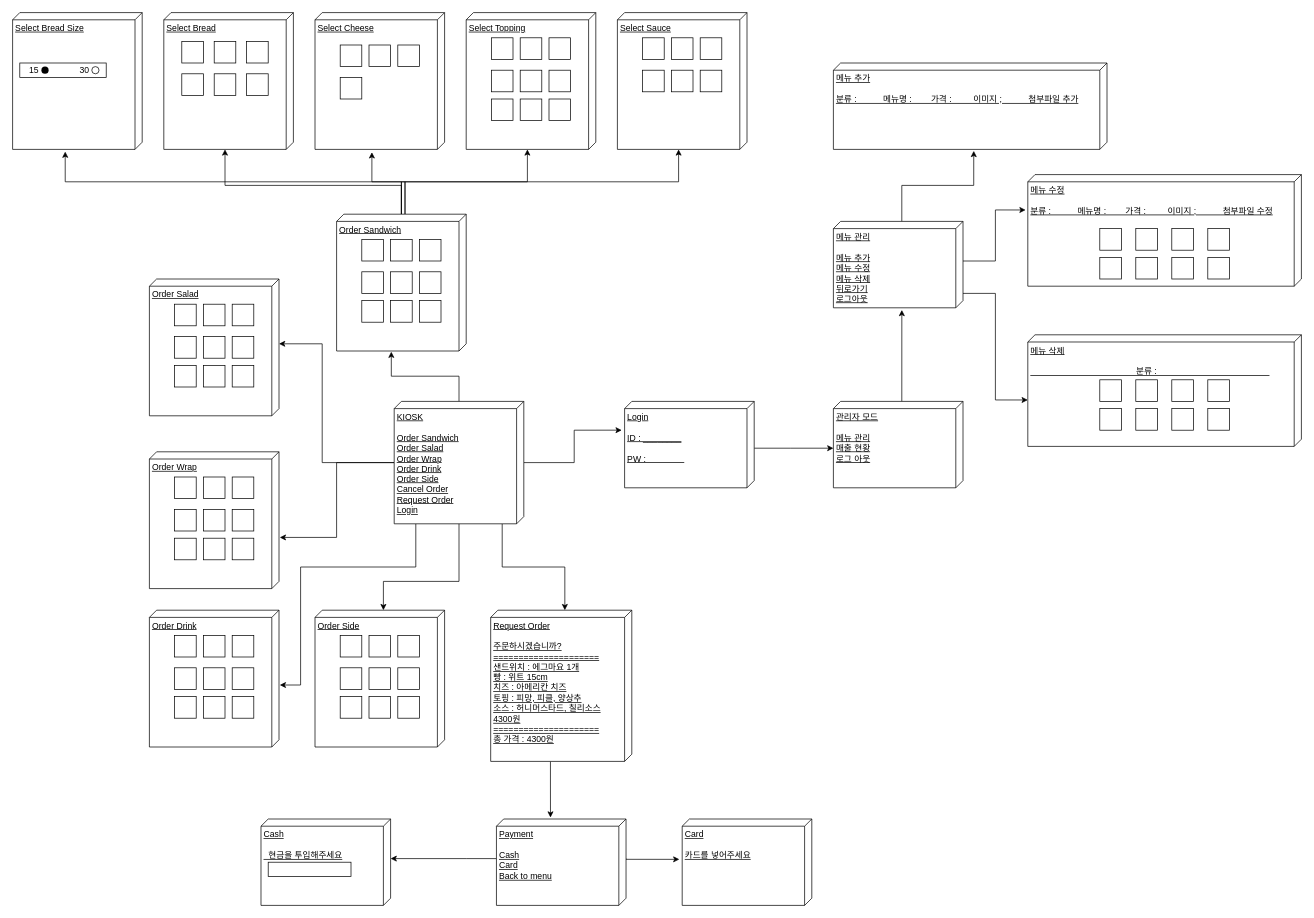
Earlier version of the draw.io diagram Design/gui.drawio (distroytest/KNUSD-20202-Team05). Source tidied: cells renumbered, new cells numbered last; positions are measured from the earlier drawing's top-left corner, leaving out a move shared by most shapes. Both pictures are drawn from the tidied source at 72%, with x=0, y=0 at pixel (12, 12).
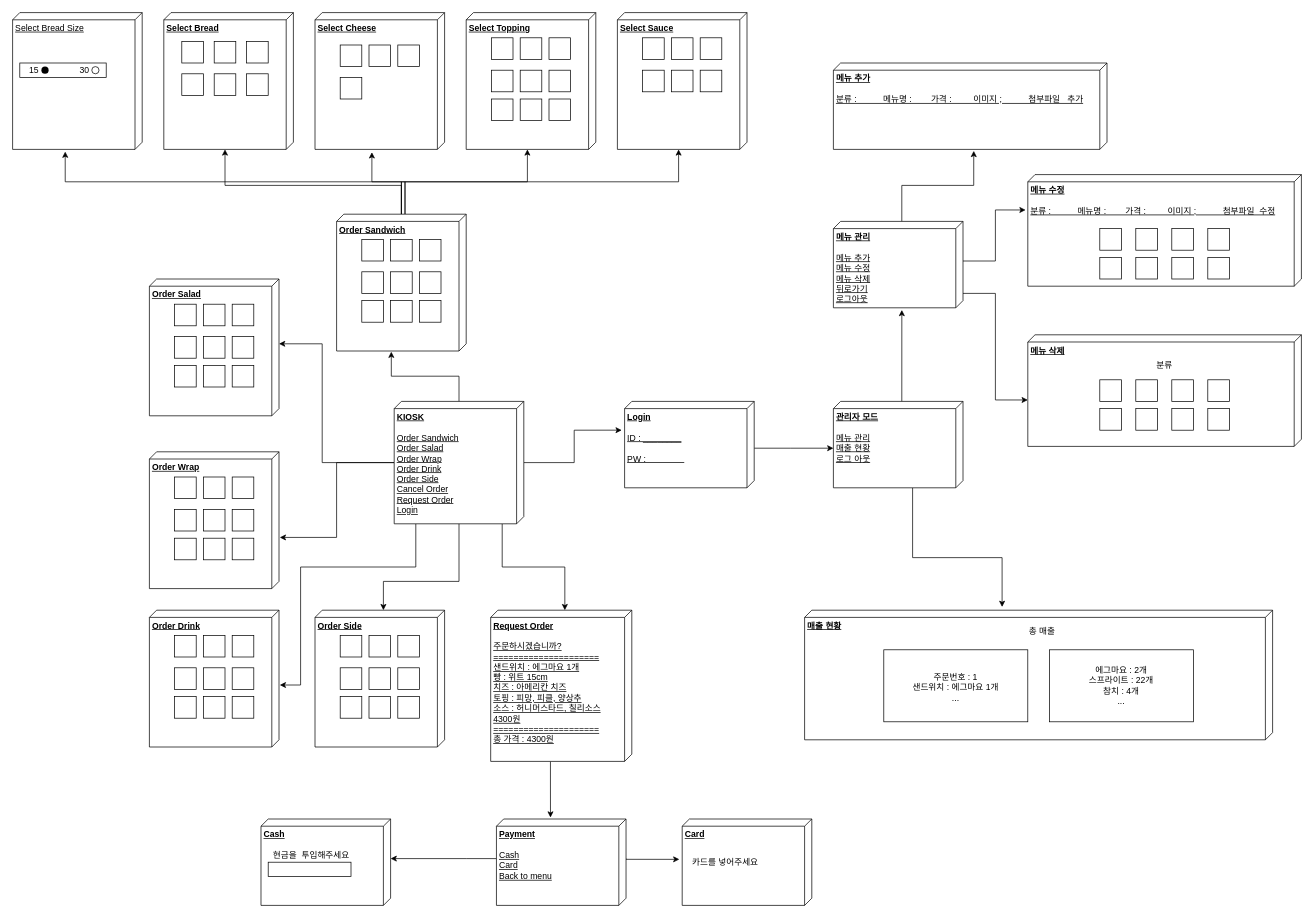
The same diagram, later.

The edit, as a diff of the source:
```diff
@@
-    <mxCell id="9" value="KIOSK&lt;br&gt;&lt;br&gt;Order Sandwich&lt;br&gt;Order Salad&lt;br&gt;Order Wrap&lt;br&gt;Order Drink&lt;br&gt;Order Side&lt;br&gt;Cancel Order&lt;br&gt;Request Order&lt;br&gt;Login" style="verticalAlign=top;align=left;spacingTop=8;spacingLeft=2;spacingRight=12;shape=cube;size=10;direction=south;fontStyle=4;html=1;" parent="1" vertex="1">
+    <mxCell id="9" value="&lt;b&gt;KIOSK&lt;br&gt;&lt;/b&gt;&lt;br&gt;Order Sandwich&lt;br&gt;Order Salad&lt;br&gt;Order Wrap&lt;br&gt;Order Drink&lt;br&gt;Order Side&lt;br&gt;Cancel Order&lt;br&gt;Request Order&lt;br&gt;Login" style="verticalAlign=top;align=left;spacingTop=8;spacingLeft=2;spacingRight=12;shape=cube;size=10;direction=south;fontStyle=4;html=1;" parent="1" vertex="1">
       <mxGeometry x="530" y="540" width="180" height="170" as="geometry" />
     </mxCell>
@@
-    <mxCell id="11" value="Login&lt;br&gt;&lt;br&gt;ID : ________&lt;br&gt;&lt;br&gt;PW :&amp;nbsp; &amp;nbsp; &amp;nbsp; &amp;nbsp; &amp;nbsp; &amp;nbsp; &amp;nbsp; &amp;nbsp;&amp;nbsp;" style="verticalAlign=top;align=left;spacingTop=8;spacingLeft=2;spacingRight=12;shape=cube;size=10;direction=south;fontStyle=4;html=1;" parent="1" vertex="1">
+    <mxCell id="11" value="&lt;b&gt;Login&lt;br&gt;&lt;/b&gt;&lt;br&gt;ID : ________&lt;br&gt;&lt;br&gt;PW :&amp;nbsp; &amp;nbsp; &amp;nbsp; &amp;nbsp; &amp;nbsp; &amp;nbsp; &amp;nbsp; &amp;nbsp;&amp;nbsp;" style="verticalAlign=top;align=left;spacingTop=8;spacingLeft=2;spacingRight=12;shape=cube;size=10;direction=south;fontStyle=4;html=1;" parent="1" vertex="1">
       <mxGeometry x="850" y="540" width="180" height="120" as="geometry" />
     </mxCell>
-    <mxCell id="12" value="Order Wrap" style="verticalAlign=top;align=left;spacingTop=8;spacingLeft=2;spacingRight=12;shape=cube;size=10;direction=south;fontStyle=4;html=1;" parent="1" vertex="1">
+    <mxCell id="12" value="&lt;b&gt;Order Wrap&lt;/b&gt;" style="verticalAlign=top;align=left;spacingTop=8;spacingLeft=2;spacingRight=12;shape=cube;size=10;direction=south;fontStyle=4;html=1;" parent="1" vertex="1">
       <mxGeometry x="190" y="610" width="180" height="190" as="geometry" />
     </mxCell>
@@
-    <mxCell id="22" value="Order Drink&lt;br&gt;" style="verticalAlign=top;align=left;spacingTop=8;spacingLeft=2;spacingRight=12;shape=cube;size=10;direction=south;fontStyle=4;html=1;" parent="1" vertex="1">
+    <mxCell id="22" value="&lt;b&gt;Order Drink&lt;/b&gt;" style="verticalAlign=top;align=left;spacingTop=8;spacingLeft=2;spacingRight=12;shape=cube;size=10;direction=south;fontStyle=4;html=1;" parent="1" vertex="1">
       <mxGeometry x="190" y="830" width="180" height="190" as="geometry" />
     </mxCell>
@@
-    <mxCell id="32" value="Order Side&lt;br&gt;" style="verticalAlign=top;align=left;spacingTop=8;spacingLeft=2;spacingRight=12;shape=cube;size=10;direction=south;fontStyle=4;html=1;" parent="1" vertex="1">
+    <mxCell id="32" value="&lt;b&gt;Order Side&lt;/b&gt;" style="verticalAlign=top;align=left;spacingTop=8;spacingLeft=2;spacingRight=12;shape=cube;size=10;direction=south;fontStyle=4;html=1;" parent="1" vertex="1">
       <mxGeometry x="420" y="830" width="180" height="190" as="geometry" />
     </mxCell>
@@
-    <mxCell id="42" value="Order Salad&lt;br&gt;" style="verticalAlign=top;align=left;spacingTop=8;spacingLeft=2;spacingRight=12;shape=cube;size=10;direction=south;fontStyle=4;html=1;" parent="1" vertex="1">
+    <mxCell id="42" value="&lt;b&gt;Order Salad&lt;/b&gt;" style="verticalAlign=top;align=left;spacingTop=8;spacingLeft=2;spacingRight=12;shape=cube;size=10;direction=south;fontStyle=4;html=1;" parent="1" vertex="1">
       <mxGeometry x="190" y="370" width="180" height="190" as="geometry" />
     </mxCell>
@@
-    <mxCell id="57" value="Order Sandwich&lt;br&gt;&lt;br&gt;" style="verticalAlign=top;align=left;spacingTop=8;spacingLeft=2;spacingRight=12;shape=cube;size=10;direction=south;fontStyle=4;html=1;" parent="1" vertex="1">
+    <mxCell id="57" value="&lt;b&gt;Order Sandwich&lt;br&gt;&lt;/b&gt;" style="verticalAlign=top;align=left;spacingTop=8;spacingLeft=2;spacingRight=12;shape=cube;size=10;direction=south;fontStyle=4;html=1;" parent="1" vertex="1">
       <mxGeometry x="450" y="280" width="180" height="190" as="geometry" />
     </mxCell>
@@
-    <mxCell id="67" value="Select Bread" style="verticalAlign=top;align=left;spacingTop=8;spacingLeft=2;spacingRight=12;shape=cube;size=10;direction=south;fontStyle=4;html=1;" parent="1" vertex="1">
+    <mxCell id="67" value="&lt;b&gt;Select Bread&lt;/b&gt;" style="verticalAlign=top;align=left;spacingTop=8;spacingLeft=2;spacingRight=12;shape=cube;size=10;direction=south;fontStyle=4;html=1;" parent="1" vertex="1">
       <mxGeometry x="210" width="180" height="190" as="geometry" />
     </mxCell>
@@
-    <mxCell id="74" value="Select Cheese" style="verticalAlign=top;align=left;spacingTop=8;spacingLeft=2;spacingRight=12;shape=cube;size=10;direction=south;fontStyle=4;html=1;" parent="1" vertex="1">
+    <mxCell id="74" value="&lt;b&gt;Select Cheese&lt;/b&gt;" style="verticalAlign=top;align=left;spacingTop=8;spacingLeft=2;spacingRight=12;shape=cube;size=10;direction=south;fontStyle=4;html=1;" parent="1" vertex="1">
       <mxGeometry x="420" width="180" height="190" as="geometry" />
     </mxCell>
@@
-    <mxCell id="79" value="Select Topping" style="verticalAlign=top;align=left;spacingTop=8;spacingLeft=2;spacingRight=12;shape=cube;size=10;direction=south;fontStyle=4;html=1;" parent="1" vertex="1">
+    <mxCell id="79" value="&lt;b&gt;Select Topping&lt;/b&gt;" style="verticalAlign=top;align=left;spacingTop=8;spacingLeft=2;spacingRight=12;shape=cube;size=10;direction=south;fontStyle=4;html=1;" parent="1" vertex="1">
       <mxGeometry x="630" width="180" height="190" as="geometry" />
     </mxCell>
@@
-    <mxCell id="86" value="Select Sauce" style="verticalAlign=top;align=left;spacingTop=8;spacingLeft=2;spacingRight=12;shape=cube;size=10;direction=south;fontStyle=4;html=1;" parent="1" vertex="1">
+    <mxCell id="86" value="&lt;b&gt;Select Sauce&lt;/b&gt;" style="verticalAlign=top;align=left;spacingTop=8;spacingLeft=2;spacingRight=12;shape=cube;size=10;direction=south;fontStyle=4;html=1;" parent="1" vertex="1">
       <mxGeometry x="840" width="180" height="190" as="geometry" />
     </mxCell>
@@
-    <mxCell id="103" value="Request Order&lt;br&gt;&lt;br&gt;주문하시겠습니까?&lt;br&gt;=====================&lt;br&gt;샌드위치 : 에그마요 1개&lt;br&gt;빵 : 위트 15cm&lt;br&gt;치즈 : 아메리칸 치즈&lt;br&gt;토핑 : 피망, 피클, 양상추&lt;br&gt;소스 : 허니머스타드, 칠리소스&lt;br&gt;4300원&lt;br&gt;=====================&lt;br&gt;총 가격 : 4300원" style="verticalAlign=top;align=left;spacingTop=8;spacingLeft=2;spacingRight=12;shape=cube;size=10;direction=south;fontStyle=4;html=1;" parent="1" vertex="1">
+    <mxCell id="103" value="&lt;b&gt;Request Order&lt;br&gt;&lt;/b&gt;&lt;br&gt;주문하시겠습니까?&lt;br&gt;=====================&lt;br&gt;샌드위치 : 에그마요 1개&lt;br&gt;빵 : 위트 15cm&lt;br&gt;치즈 : 아메리칸 치즈&lt;br&gt;토핑 : 피망, 피클, 양상추&lt;br&gt;소스 : 허니머스타드, 칠리소스&lt;br&gt;4300원&lt;br&gt;=====================&lt;br&gt;총 가격 : 4300원" style="verticalAlign=top;align=left;spacingTop=8;spacingLeft=2;spacingRight=12;shape=cube;size=10;direction=south;fontStyle=4;html=1;" parent="1" vertex="1">
       <mxGeometry x="664" y="830" width="196" height="210" as="geometry" />
     </mxCell>
@@
-    <mxCell id="106" value="Payment&lt;br&gt;&lt;br&gt;Cash&lt;br&gt;Card&lt;br&gt;Back to menu" style="verticalAlign=top;align=left;spacingTop=8;spacingLeft=2;spacingRight=12;shape=cube;size=10;direction=south;fontStyle=4;html=1;" parent="1" vertex="1">
+    <mxCell id="106" value="&lt;b&gt;Payment&lt;br&gt;&lt;/b&gt;&lt;br&gt;Cash&lt;br&gt;Card&lt;br&gt;Back to menu" style="verticalAlign=top;align=left;spacingTop=8;spacingLeft=2;spacingRight=12;shape=cube;size=10;direction=south;fontStyle=4;html=1;" parent="1" vertex="1">
       <mxGeometry x="672" y="1120" width="180" height="120" as="geometry" />
     </mxCell>
@@
+    <mxCell id="135" style="edgeStyle=orthogonalEdgeStyle;rounded=0;jettySize=auto;html=1;entryX=-0.025;entryY=0.578;entryDx=0;entryDy=0;entryPerimeter=0;" parent="1" edge="1" source="108" target="136">
+      <mxGeometry relative="1" as="geometry">
+        <Array as="points">
+          <mxPoint x="1250" y="757" />
+        </Array>
+      </mxGeometry>
+    </mxCell>
-    <mxCell id="108" value="관리자 모드&lt;br&gt;&lt;br&gt;메뉴 관리&lt;br&gt;매출 현황&lt;br&gt;로그 아웃" style="verticalAlign=top;align=left;spacingTop=8;spacingLeft=2;spacingRight=12;shape=cube;size=10;direction=south;fontStyle=4;html=1;" parent="1" vertex="1">
+    <mxCell id="108" value="&lt;b&gt;관리자 모드&lt;br&gt;&lt;/b&gt;&lt;br&gt;메뉴 관리&lt;br&gt;매출 현황&lt;br&gt;로그 아웃" style="verticalAlign=top;align=left;spacingTop=8;spacingLeft=2;spacingRight=12;shape=cube;size=10;direction=south;fontStyle=4;html=1;" parent="1" vertex="1">
       <mxGeometry x="1140" y="540" width="180" height="120" as="geometry" />
     </mxCell>
-    <mxCell id="109" value="Cash&lt;br&gt;&lt;br&gt;&amp;nbsp; 현금을 투입해주세요" style="verticalAlign=top;align=left;spacingTop=8;spacingLeft=2;spacingRight=12;shape=cube;size=10;direction=south;fontStyle=4;html=1;" parent="1" vertex="1">
+    <mxCell id="109" value="&lt;b&gt;Cash&lt;br&gt;&lt;/b&gt;" style="verticalAlign=top;align=left;spacingTop=8;spacingLeft=2;spacingRight=12;shape=cube;size=10;direction=south;fontStyle=4;html=1;" parent="1" vertex="1">
       <mxGeometry x="345" y="1120" width="180" height="120" as="geometry" />
     </mxCell>
@@
-    <mxCell id="111" value="Card&lt;br&gt;&lt;br&gt;카드를 넣어주세요" style="verticalAlign=top;align=left;spacingTop=8;spacingLeft=2;spacingRight=12;shape=cube;size=10;direction=south;fontStyle=4;html=1;" parent="1" vertex="1">
+    <mxCell id="111" value="&lt;b&gt;Card&lt;br&gt;&lt;/b&gt;" style="verticalAlign=top;align=left;spacingTop=8;spacingLeft=2;spacingRight=12;shape=cube;size=10;direction=south;fontStyle=4;html=1;" parent="1" vertex="1">
       <mxGeometry x="930" y="1120" width="180" height="120" as="geometry" />
     </mxCell>
@@
-    <mxCell id="115" value="메뉴 관리&lt;br&gt;&lt;br&gt;메뉴 추가&lt;br&gt;메뉴 수정&lt;br&gt;메뉴 삭제&lt;br&gt;뒤로가기&lt;br&gt;로그아웃" style="verticalAlign=top;align=left;spacingTop=8;spacingLeft=2;spacingRight=12;shape=cube;size=10;direction=south;fontStyle=4;html=1;" parent="1" vertex="1">
+    <mxCell id="115" value="&lt;b&gt;메뉴 관리&lt;br&gt;&lt;/b&gt;&lt;br&gt;메뉴 추가&lt;br&gt;메뉴 수정&lt;br&gt;메뉴 삭제&lt;br&gt;뒤로가기&lt;br&gt;로그아웃" style="verticalAlign=top;align=left;spacingTop=8;spacingLeft=2;spacingRight=12;shape=cube;size=10;direction=south;fontStyle=4;html=1;" parent="1" vertex="1">
       <mxGeometry x="1140" y="290" width="180" height="120" as="geometry" />
     </mxCell>
-    <mxCell id="116" value="메뉴 추가&lt;br&gt;&lt;br&gt;분류 :&amp;nbsp; &amp;nbsp; &amp;nbsp; &amp;nbsp; &amp;nbsp; &amp;nbsp;메뉴명 :&amp;nbsp; &amp;nbsp; &amp;nbsp; &amp;nbsp; 가격 :&amp;nbsp; &amp;nbsp; &amp;nbsp; &amp;nbsp; &amp;nbsp;이미지 ;&amp;nbsp; &amp;nbsp; &amp;nbsp; &amp;nbsp; &amp;nbsp; &amp;nbsp;첨부파일 추가" style="verticalAlign=top;align=left;spacingTop=8;spacingLeft=2;spacingRight=12;shape=cube;size=10;direction=south;fontStyle=4;html=1;" parent="1" vertex="1">
+    <mxCell id="116" value="&lt;b&gt;메뉴 추가&lt;br&gt;&lt;/b&gt;&lt;br&gt;분류 :&amp;nbsp; &amp;nbsp; &amp;nbsp; &amp;nbsp; &amp;nbsp; &amp;nbsp;메뉴명 :&amp;nbsp; &amp;nbsp; &amp;nbsp; &amp;nbsp; 가격 :&amp;nbsp; &amp;nbsp; &amp;nbsp; &amp;nbsp; &amp;nbsp;이미지 ;&amp;nbsp; &amp;nbsp; &amp;nbsp; &amp;nbsp; &amp;nbsp; &amp;nbsp;첨부파일&amp;nbsp; &amp;nbsp;추가" style="verticalAlign=top;align=left;spacingTop=8;spacingLeft=2;spacingRight=12;shape=cube;size=10;direction=south;fontStyle=4;html=1;" parent="1" vertex="1">
       <mxGeometry x="1140" y="70" width="380" height="120" as="geometry" />
     </mxCell>
-    <mxCell id="117" value="메뉴 수정&lt;br&gt;&lt;br&gt;분류 :&amp;nbsp; &amp;nbsp; &amp;nbsp; &amp;nbsp; &amp;nbsp; &amp;nbsp;메뉴명 :&amp;nbsp; &amp;nbsp; &amp;nbsp; &amp;nbsp; 가격 :&amp;nbsp; &amp;nbsp; &amp;nbsp; &amp;nbsp; &amp;nbsp;이미지 ;&amp;nbsp; &amp;nbsp; &amp;nbsp; &amp;nbsp; &amp;nbsp; &amp;nbsp;첨부파일 수정" style="verticalAlign=top;align=left;spacingTop=8;spacingLeft=2;spacingRight=12;shape=cube;size=10;direction=south;fontStyle=4;html=1;" parent="1" vertex="1">
+    <mxCell id="117" value="&lt;b&gt;메뉴 수정&lt;br&gt;&lt;/b&gt;&lt;br&gt;분류 :&amp;nbsp; &amp;nbsp; &amp;nbsp; &amp;nbsp; &amp;nbsp; &amp;nbsp;메뉴명 :&amp;nbsp; &amp;nbsp; &amp;nbsp; &amp;nbsp; 가격 :&amp;nbsp; &amp;nbsp; &amp;nbsp; &amp;nbsp; &amp;nbsp;이미지 ;&amp;nbsp; &amp;nbsp; &amp;nbsp; &amp;nbsp; &amp;nbsp; &amp;nbsp;첨부파일&amp;nbsp; 수정" style="verticalAlign=top;align=left;spacingTop=8;spacingLeft=2;spacingRight=12;shape=cube;size=10;direction=south;fontStyle=4;html=1;" parent="1" vertex="1">
       <mxGeometry x="1410" y="225" width="380" height="155" as="geometry" />
     </mxCell>
-    <mxCell id="118" value="메뉴 삭제&lt;br&gt;&lt;br&gt;&amp;nbsp; &amp;nbsp; &amp;nbsp; &amp;nbsp; &amp;nbsp; &amp;nbsp; &amp;nbsp; &amp;nbsp; &amp;nbsp; &amp;nbsp; &amp;nbsp; &amp;nbsp; &amp;nbsp; &amp;nbsp; &amp;nbsp; &amp;nbsp; &amp;nbsp; &amp;nbsp; &amp;nbsp; &amp;nbsp; &amp;nbsp; &amp;nbsp; 분류 :&amp;nbsp; &amp;nbsp; &amp;nbsp; &amp;nbsp; &amp;nbsp; &amp;nbsp; &amp;nbsp; &amp;nbsp; &amp;nbsp; &amp;nbsp; &amp;nbsp; &amp;nbsp; &amp;nbsp; &amp;nbsp; &amp;nbsp; &amp;nbsp; &amp;nbsp; &amp;nbsp; &amp;nbsp; &amp;nbsp; &amp;nbsp; &amp;nbsp; &amp;nbsp; &amp;nbsp;&lt;br&gt;&lt;br&gt;" style="verticalAlign=top;align=left;spacingTop=8;spacingLeft=2;spacingRight=12;shape=cube;size=10;direction=south;fontStyle=4;html=1;" parent="1" vertex="1">
+    <mxCell id="118" value="&lt;b&gt;메뉴 삭제&lt;/b&gt;" style="verticalAlign=top;align=left;spacingTop=8;spacingLeft=2;spacingRight=12;shape=cube;size=10;direction=south;fontStyle=4;html=1;" parent="1" vertex="1">
       <mxGeometry x="1410" y="447.5" width="380" height="155" as="geometry" />
     </mxCell>
@@
+    <mxCell id="136" value="&lt;b&gt;매출 현황&lt;/b&gt;" style="verticalAlign=top;align=left;spacingTop=8;spacingLeft=2;spacingRight=12;shape=cube;size=10;direction=south;fontStyle=4;html=1;" parent="1" vertex="1">
+      <mxGeometry x="1100" y="830" width="650" height="180" as="geometry" />
+    </mxCell>
+    <mxCell id="137" style="rounded=0;whiteSpace=wrap;html=1;" parent="1" vertex="1">
+      <mxGeometry x="1210" y="885" width="200" height="100" as="geometry" />
+    </mxCell>
+    <mxCell id="138" value="주문번호 : 1&lt;br&gt;샌드위치 : 에그마요 1개&lt;br&gt;..." style="text;html=1;strokeColor=none;fillColor=none;align=center;verticalAlign=middle;whiteSpace=wrap;rounded=0;" parent="1" vertex="1">
+      <mxGeometry x="1210" y="890" width="200" height="95" as="geometry" />
+    </mxCell>
+    <mxCell id="139" value="에그마요 : 2개&lt;br&gt;스프라이트 : 22개&lt;br&gt;참치 : 4개&lt;br&gt;..." style="rounded=0;whiteSpace=wrap;html=1;" parent="1" vertex="1">
+      <mxGeometry x="1440" y="885" width="200" height="100" as="geometry" />
+    </mxCell>
+    <mxCell id="140" value="총 매출" style="text;html=1;strokeColor=none;fillColor=none;align=center;verticalAlign=middle;whiteSpace=wrap;rounded=0;" parent="1" vertex="1">
+      <mxGeometry x="1400" y="850" width="60" height="20" as="geometry" />
+    </mxCell>
+    <mxCell id="141" value="분류" style="text;html=1;strokeColor=none;fillColor=none;align=center;verticalAlign=middle;whiteSpace=wrap;rounded=0;" parent="1" vertex="1">
+      <mxGeometry x="1580" y="480" width="40" height="20" as="geometry" />
+    </mxCell>
+    <mxCell id="142" value="현금을&amp;nbsp; 투입해주세요" style="text;html=1;strokeColor=none;fillColor=none;align=center;verticalAlign=middle;whiteSpace=wrap;rounded=0;" parent="1" vertex="1">
+      <mxGeometry x="355" y="1160" width="120" height="20" as="geometry" />
+    </mxCell>
+    <mxCell id="143" value="카드를 넣어주세요" style="text;html=1;strokeColor=none;fillColor=none;align=center;verticalAlign=middle;whiteSpace=wrap;rounded=0;" parent="1" vertex="1">
+      <mxGeometry x="930" y="1170" width="120" height="20" as="geometry" />
+    </mxCell>
```
